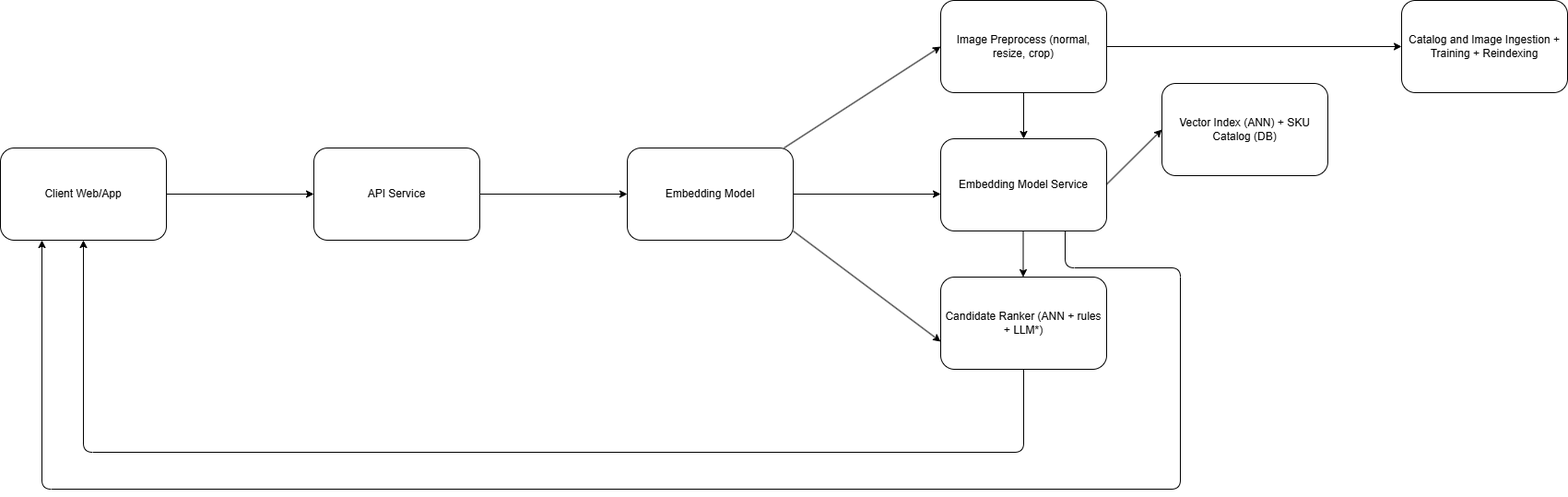
Before: flow.drawio.png, a diagram exported from draw.io (jf-labs/Mat-Vis-Net). Source tidied: cells renumbered, new cells last; positions are measured from the earlier drawing's top-left corner, leaving out a move shared by most shapes.
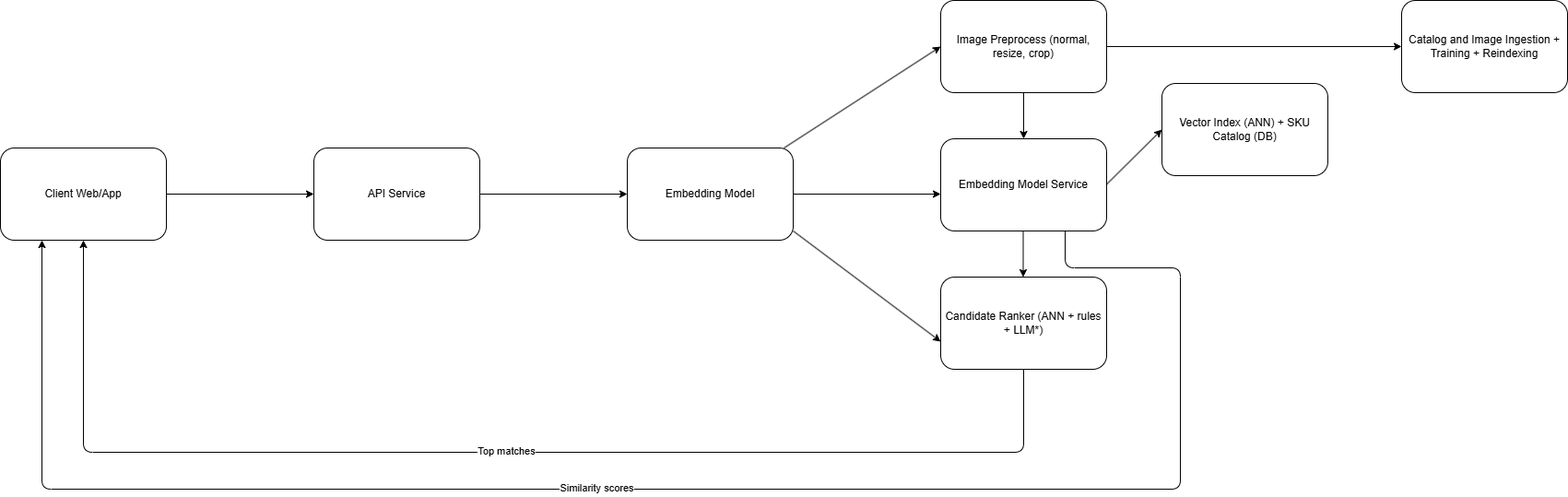
Later version of the same file.

Change to the diagram source:
```diff
@@ -51,6 +51,9 @@
         </Array>
       </mxGeometry>
     </mxCell>
+    <mxCell id="21" value="Similarity scores" style="edgeLabel;html=1;align=center;verticalAlign=middle;" parent="11" vertex="1">
+      <mxGeometry x="0.09" y="-2" relative="1" as="geometry" />
+    </mxCell>
     <mxCell id="12" value="Embedding Model Service" style="rounded=1;whiteSpace=wrap;html=1;" parent="1" vertex="1">
       <mxGeometry x="1020" y="150" width="180" height="100" as="geometry" />
     </mxCell>
@@ -88,5 +91,8 @@
         </Array>
       </mxGeometry>
     </mxCell>
+    <mxCell id="22" value="Top matches" style="edgeLabel;html=1;align=center;verticalAlign=middle;" parent="20" vertex="1">
+      <mxGeometry x="-0.03" y="-2" relative="1" as="geometry" />
+    </mxCell>
   </root>
 </mxGraphModel>
```
